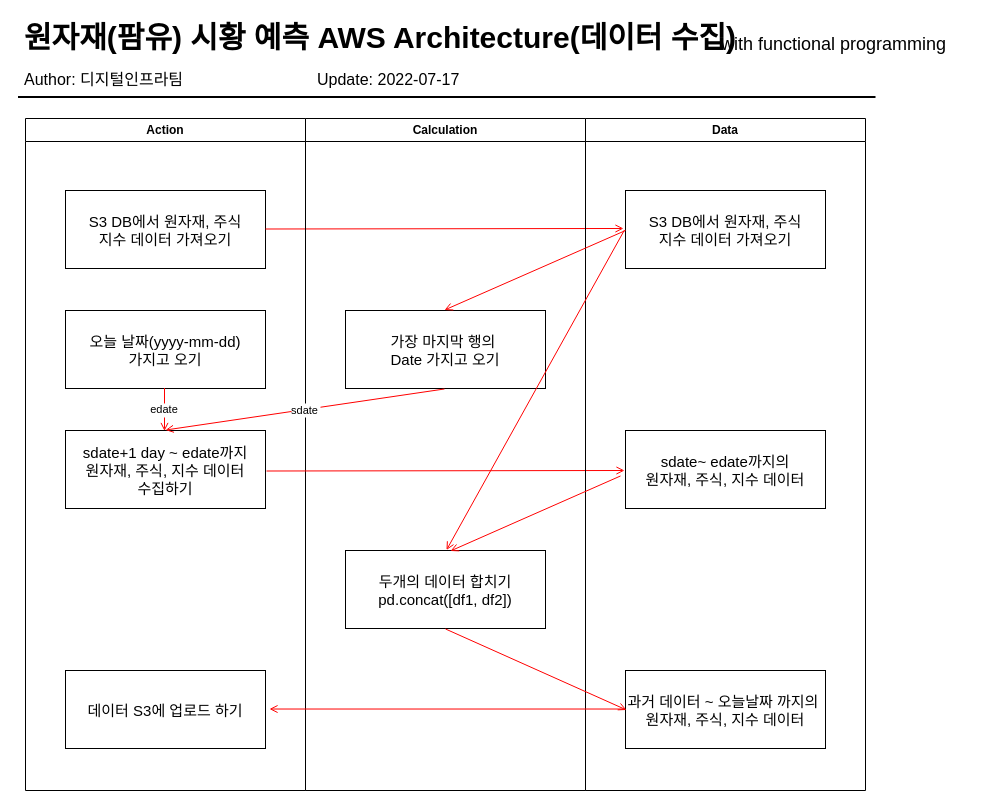
This is Data Extraction.drawio from gwangjinjeong/System-Diagram, a draw.io file, before an edit. Source tidied: cells renumbered, new cells numbered last; positions are measured from the earlier drawing's top-left corner, leaving out a move shared by most shapes. Both pictures are drawn from the tidied source at 100%, with x=0, y=0 at pixel (17, 16).
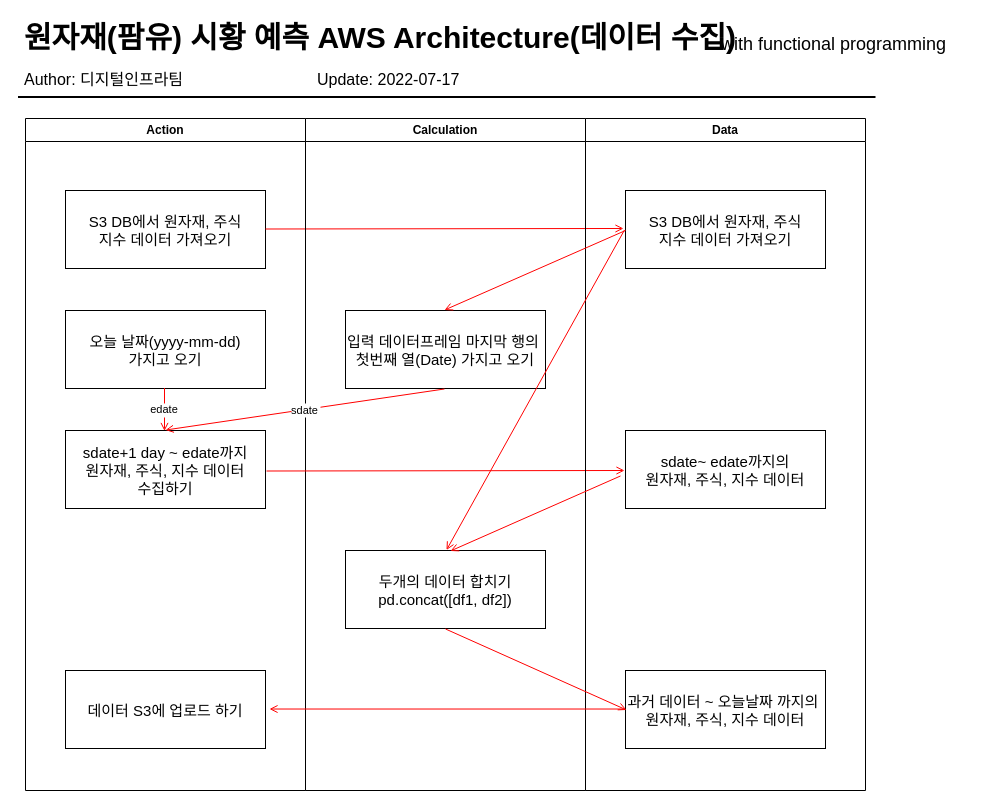
The same diagram, later.

Unchanged cells that the change refers to:
```xml
<mxCell id="9" value="Calculation" style="swimlane;whiteSpace=wrap;" parent="1" vertex="1">
  <mxGeometry x="288" y="102" width="280" height="672" as="geometry" />
</mxCell>
```

What changed in the source:
```diff
@@
-    <mxCell id="10" value="가장 마지막 행의 &#10;Date 가지고 오기" style="fontSize=15;" parent="9" vertex="1">
+    <mxCell id="10" value="입력 데이터프레임 마지막 행의 &#10;첫번째 열(Date) 가지고 오기" style="fontSize=15;" parent="9" vertex="1">
       <mxGeometry x="40" y="192" width="200" height="78" as="geometry" />
     </mxCell>
```
